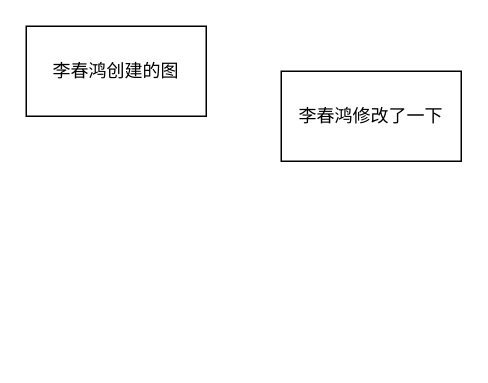
Above: 未命名绘图.drawio in lichunhong-learn/graph (draw.io), before the change. Source tidied: cells renumbered, new cells numbered last; positions are measured from the earlier drawing's top-left corner, leaving out a move shared by most shapes. Both pictures are drawn from the tidied source at 150%, with x=0, y=0 at pixel (26, 26).
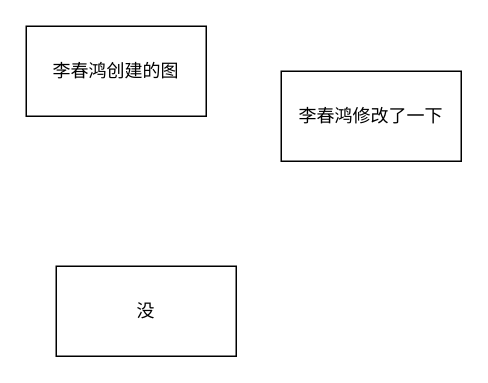
After the change.

Commit message:
Update 未命名绘图.drawio

Change to the diagram source:
```diff
@@
 <mxGraphModel>
   <root>
     <mxCell id="0" />
     <mxCell id="1" parent="0" />
     <mxCell id="2" value="李春鸿创建的图" style="whiteSpace=wrap;html=1;" parent="1" vertex="1">
       <mxGeometry width="120" height="60" as="geometry" />
     </mxCell>
     <mxCell id="3" value="李春鸿修改了一下" style="whiteSpace=wrap;html=1;" parent="1" vertex="1">
       <mxGeometry x="170" y="30" width="120" height="60" as="geometry" />
     </mxCell>
+    <mxCell id="4" value="没" style="whiteSpace=wrap;html=1;" parent="1" vertex="1">
+      <mxGeometry x="20" y="160" width="120" height="60" as="geometry" />
+    </mxCell>
   </root>
 </mxGraphModel>
```
